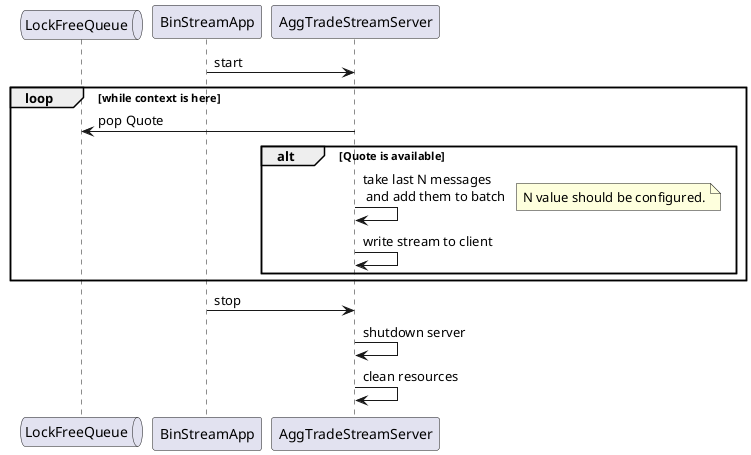
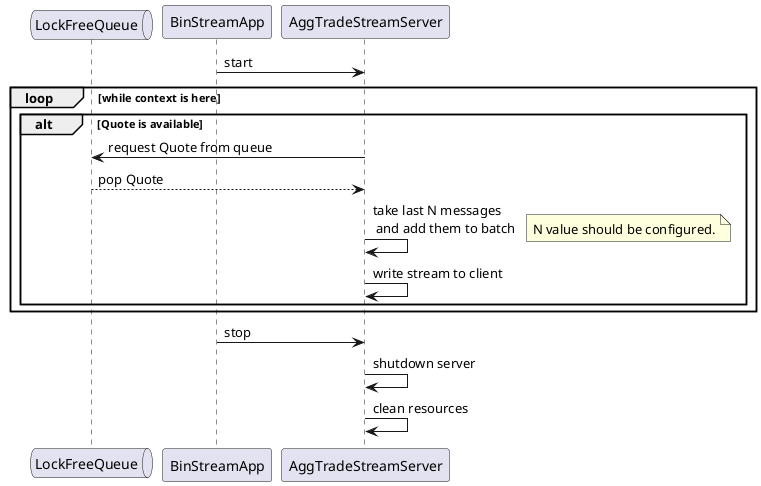
@startuml
queue LockFreeQueue

BinStreamApp -> AggTradeStreamServer: start
loop while context is here
-     AggTradeStreamServer -> LockFreeQueue: pop Quote
    alt Quote is available
+         AggTradeStreamServer -> LockFreeQueue: request Quote from queue
+         AggTradeStreamServer <-- LockFreeQueue: pop Quote
        AggTradeStreamServer -> AggTradeStreamServer: take last N messages\n and add them to batch
        note right: N value should be configured.
        AggTradeStreamServer -> AggTradeStreamServer: write stream to client
    end
end

BinStreamApp -> AggTradeStreamServer: stop
AggTradeStreamServer -> AggTradeStreamServer: shutdown server
AggTradeStreamServer -> AggTradeStreamServer: clean resources

@enduml